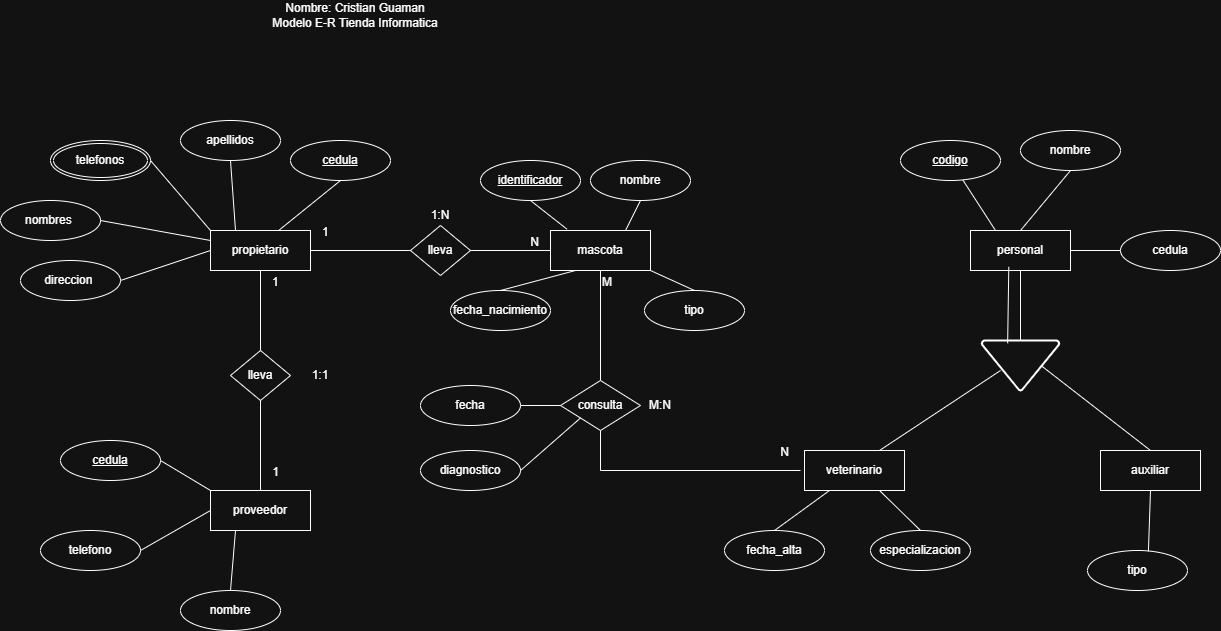
This is Diagrama_E-R_veterinaria.png from Criss-21/Diagramas-Base-De-DAtos, a draw.io export, as it was before one commit. Source tidied: cells renumbered, new cells last; positions are measured from the earlier drawing's top-left corner, leaving out a move shared by most shapes.
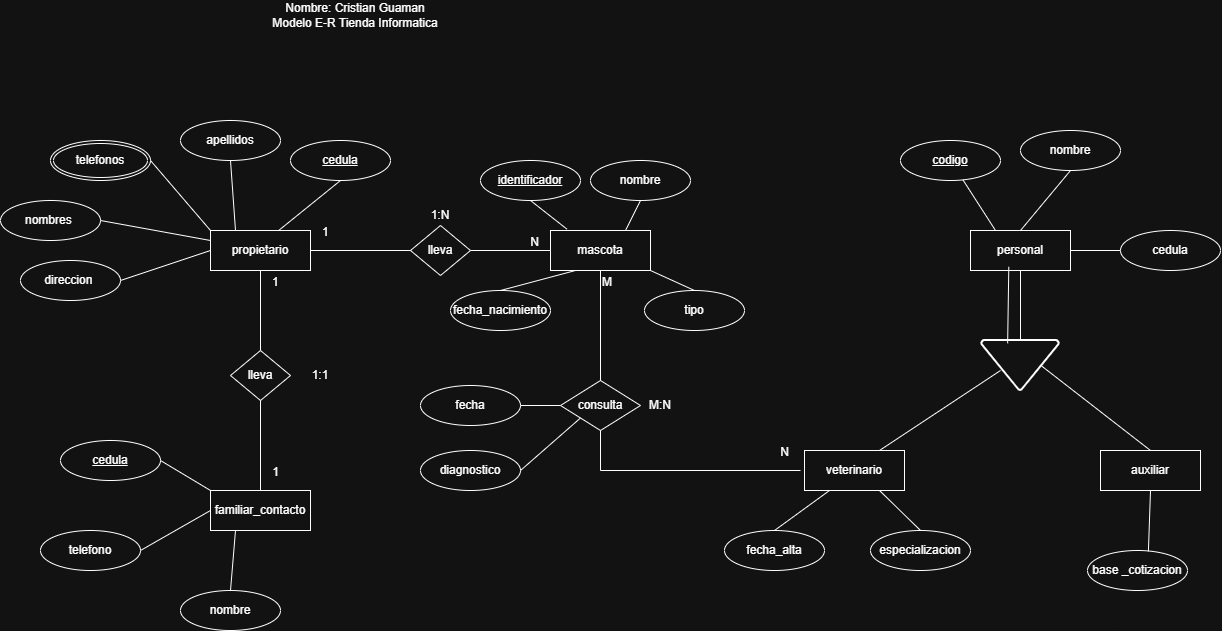
The same diagram one commit later.

What changed in the source:
```diff
@@ -8,7 +8,7 @@
     <mxCell id="3" value="mascota" style="whiteSpace=wrap;html=1;align=center;" parent="1" vertex="1">
       <mxGeometry x="550" y="230" width="100" height="40" as="geometry" />
     </mxCell>
-    <mxCell id="4" value="proveedor" style="whiteSpace=wrap;html=1;align=center;" parent="1" vertex="1">
+    <mxCell id="4" value="familiar_contacto" style="whiteSpace=wrap;html=1;align=center;" parent="1" vertex="1">
       <mxGeometry x="210" y="490" width="100" height="40" as="geometry" />
     </mxCell>
     <mxCell id="5" value="apellidos" style="ellipse;whiteSpace=wrap;html=1;align=center;" parent="1" vertex="1">
@@ -156,7 +156,7 @@
     <mxCell id="51" value="especializacion" style="ellipse;whiteSpace=wrap;html=1;align=center;" parent="1" vertex="1">
       <mxGeometry x="870" y="530" width="100" height="40" as="geometry" />
     </mxCell>
-    <mxCell id="52" value="tipo" style="ellipse;whiteSpace=wrap;html=1;align=center;" parent="1" vertex="1">
+    <mxCell id="52" value="base _cotizacion" style="ellipse;whiteSpace=wrap;html=1;align=center;" parent="1" vertex="1">
       <mxGeometry x="1087" y="550" width="100" height="40" as="geometry" />
     </mxCell>
     <mxCell id="53" style="endArrow=none;html=1;rounded=0;exitX=0.25;exitY=1;exitDx=0;exitDy=0;entryX=0.5;entryY=0;entryDx=0;entryDy=0;" parent="1" edge="1" source="46" target="50">
```
